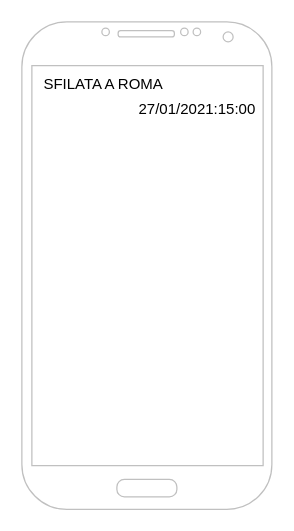
Above: Wireframe.drawio in alessiobonomo/2020-21-webdesign-esercitazione (draw.io), before the change. Source tidied: cells renumbered, new cells numbered last; positions are measured from the earlier drawing's top-left corner, leaving out a move shared by most shapes. Both pictures are drawn from the tidied source at 125%, with x=0, y=0 at pixel (21, 21).
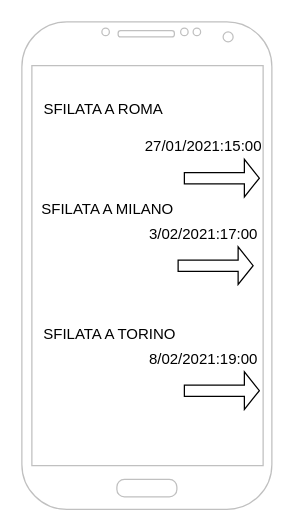
After the change.

Change to the diagram source:
```diff
@@
 <mxGraphModel>
   <root>
     <mxCell id="0" />
     <mxCell id="1" parent="0" />
     <mxCell id="2" style="verticalLabelPosition=bottom;verticalAlign=top;html=1;shadow=0;dashed=0;strokeWidth=1;shape=mxgraph.android.phone2;strokeColor=#c0c0c0;" parent="1" vertex="1">
       <mxGeometry width="200" height="390" as="geometry" />
     </mxCell>
     <mxCell id="3" value="SFILATA A ROMA" style="text;html=1;align=center;verticalAlign=middle;" parent="1" vertex="1">
-      <mxGeometry x="10" y="40" width="110" height="20" as="geometry" />
+      <mxGeometry x="10" y="60" width="110" height="20" as="geometry" />
     </mxCell>
     <mxCell id="4" value="27/01/2021:15:00" style="text;html=1;align=center;verticalAlign=middle;" parent="1" vertex="1">
-      <mxGeometry x="85" y="60" width="110" height="20" as="geometry" />
+      <mxGeometry x="90" y="90" width="110" height="20" as="geometry" />
     </mxCell>
+    <mxCell id="5" value="SFILATA A MILANO&amp;nbsp;" style="text;html=1;align=center;verticalAlign=middle;" parent="1" vertex="1">
+      <mxGeometry x="10" y="140" width="120" height="20" as="geometry" />
+    </mxCell>
+    <mxCell id="6" value="3/02/2021:17:00" style="text;html=1;align=center;verticalAlign=middle;" parent="1" vertex="1">
+      <mxGeometry x="95" y="160" width="100" height="20" as="geometry" />
+    </mxCell>
+    <mxCell id="7" value="SFILATA A TORINO" style="text;html=1;align=center;verticalAlign=middle;" parent="1" vertex="1">
+      <mxGeometry x="10" y="240" width="120" height="20" as="geometry" />
+    </mxCell>
+    <mxCell id="8" value="8/02/2021:19:00&lt;br&gt;" style="text;html=1;align=center;verticalAlign=middle;" parent="1" vertex="1">
+      <mxGeometry x="95" y="260" width="100" height="20" as="geometry" />
+    </mxCell>
+    <mxCell id="9" style="shape=singleArrow;whiteSpace=wrap;html=1;" parent="1" vertex="1">
+      <mxGeometry x="125" y="180" width="60" height="30" as="geometry" />
+    </mxCell>
+    <mxCell id="10" style="shape=singleArrow;whiteSpace=wrap;html=1;" parent="1" vertex="1">
+      <mxGeometry x="130" y="110" width="60" height="30" as="geometry" />
+    </mxCell>
+    <mxCell id="11" style="shape=singleArrow;whiteSpace=wrap;html=1;" parent="1" vertex="1">
+      <mxGeometry x="130" y="280" width="60" height="30" as="geometry" />
+    </mxCell>
   </root>
 </mxGraphModel>
```
